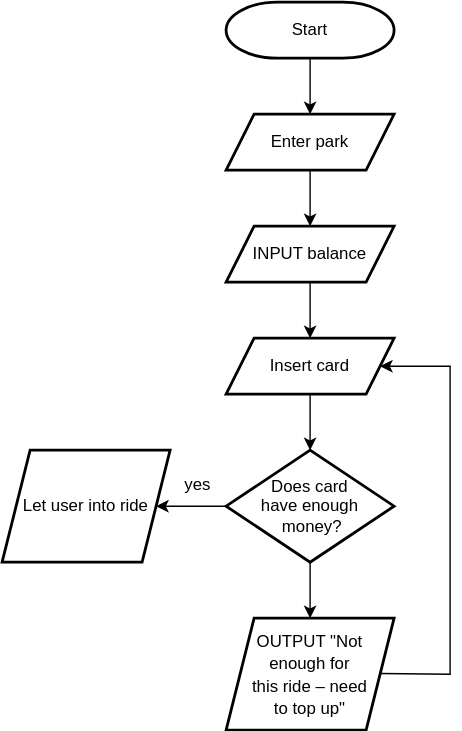
The draw.io diagram 1.1.2 Task 4.drawio.svg in tungstengmd/drawio-diagrams, before a commit. Source tidied: cells renumbered, new cells last; positions are measured from the earlier drawing's top-left corner, leaving out a move shared by most shapes.
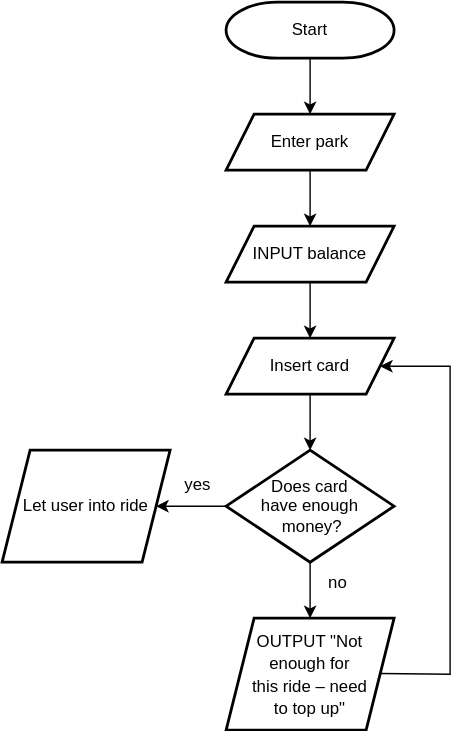
After the commit.

Change to the diagram source:
```diff
@@ -53,5 +53,8 @@
     <mxCell id="16" value="INPUT balance" style="shape=parallelogram;perimeter=parallelogramPerimeter;whiteSpace=wrap;html=1;fixedSize=1;strokeWidth=2;" parent="1" vertex="1">
       <mxGeometry x="160" y="160" width="120" height="40" as="geometry" />
     </mxCell>
+    <mxCell id="17" value="no" style="text;html=1;align=center;verticalAlign=middle;whiteSpace=wrap;rounded=0;" parent="1" vertex="1">
+      <mxGeometry x="210" y="400" width="60" height="30" as="geometry" />
+    </mxCell>
   </root>
 </mxGraphModel>
```
